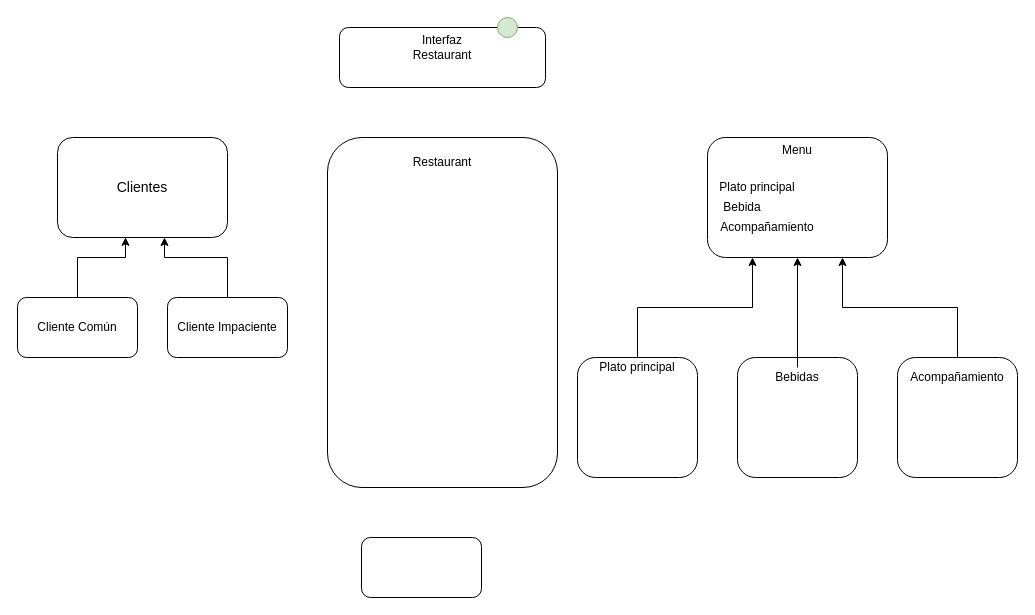
Earlier version of the draw.io diagram Untitled Diagram.drawio (KevinCordoba/Proyecto_POO_1). Source tidied: cells renumbered, new cells numbered last; positions are measured from the earlier drawing's top-left corner, leaving out a move shared by most shapes. Both pictures are drawn from the tidied source at 100%, with x=0, y=0 at pixel (17, 17).
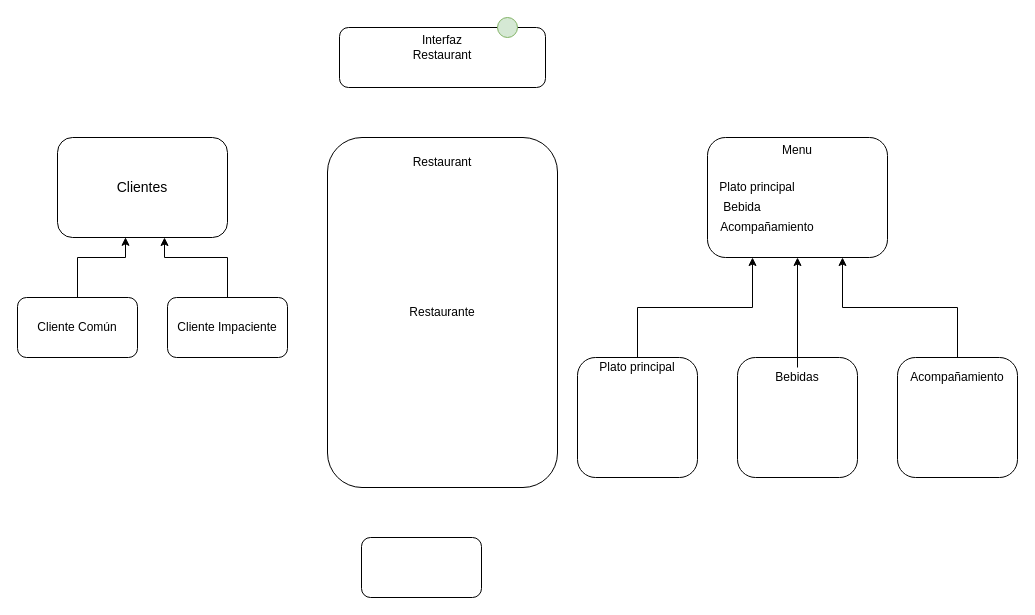
The same diagram, later.

The edit, as a diff of the source:
```diff
@@
-    <mxCell id="5" style="rounded=1;whiteSpace=wrap;html=1;" parent="1" vertex="1">
+    <mxCell id="5" value="Restaurante" style="rounded=1;whiteSpace=wrap;html=1;" parent="1" vertex="1">
       <mxGeometry x="310" y="120" width="230" height="350" as="geometry" />
     </mxCell>
```
